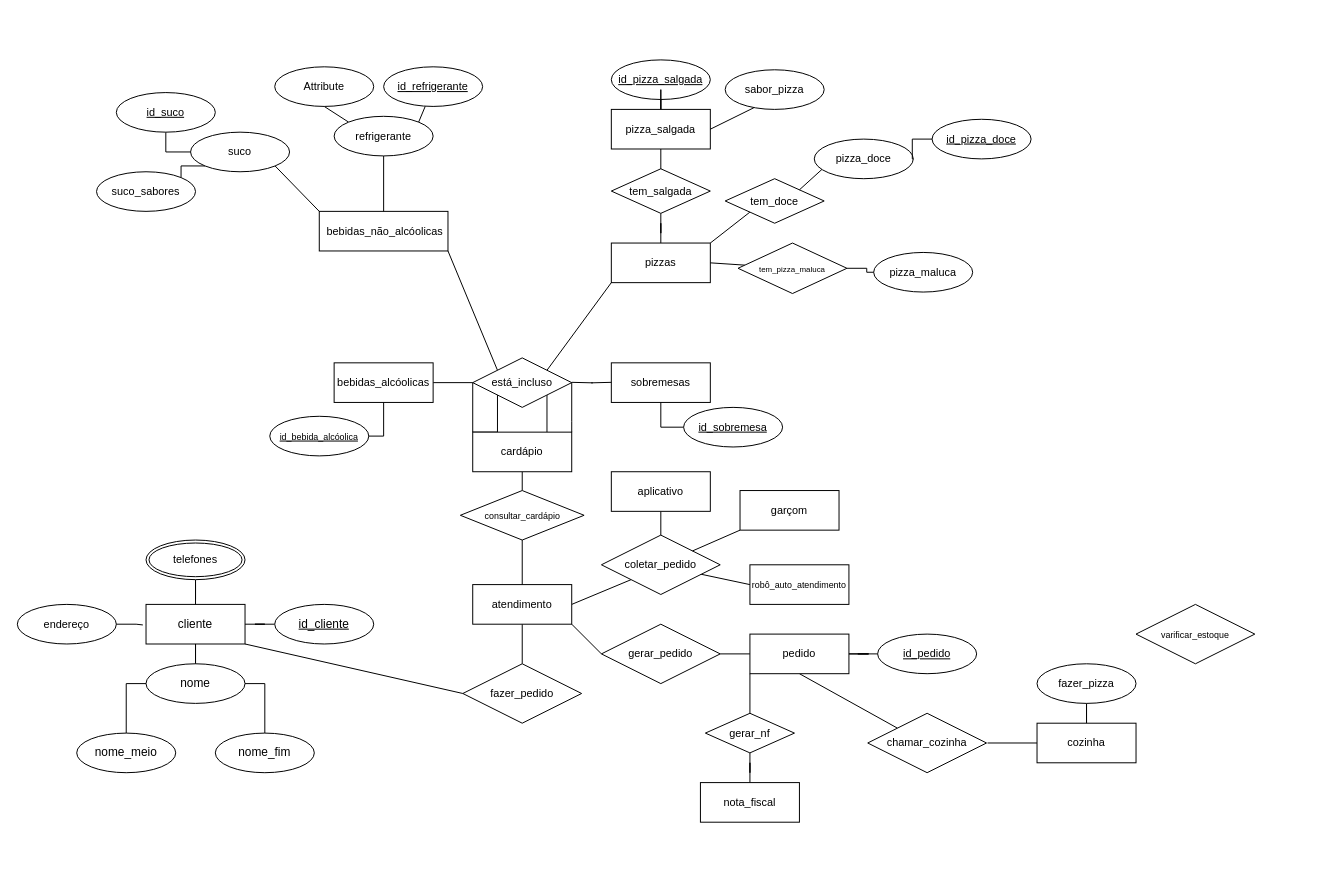
Puzerr/Arquivos-Analise-e-Desenvolivmento-de-Sistemas-ADS-IESB keeps this draw.io diagram as Bancos de dados SQL e no SQL/Diagramas/pizzaria_scalabrim.drawio. Above is the earlier version. Source tidied: cells renumbered, new cells numbered last; positions are measured from the earlier drawing's top-left corner, leaving out a move shared by most shapes. Both pictures are drawn from the tidied source at 99%, with x=0, y=0 at pixel (17, 59).
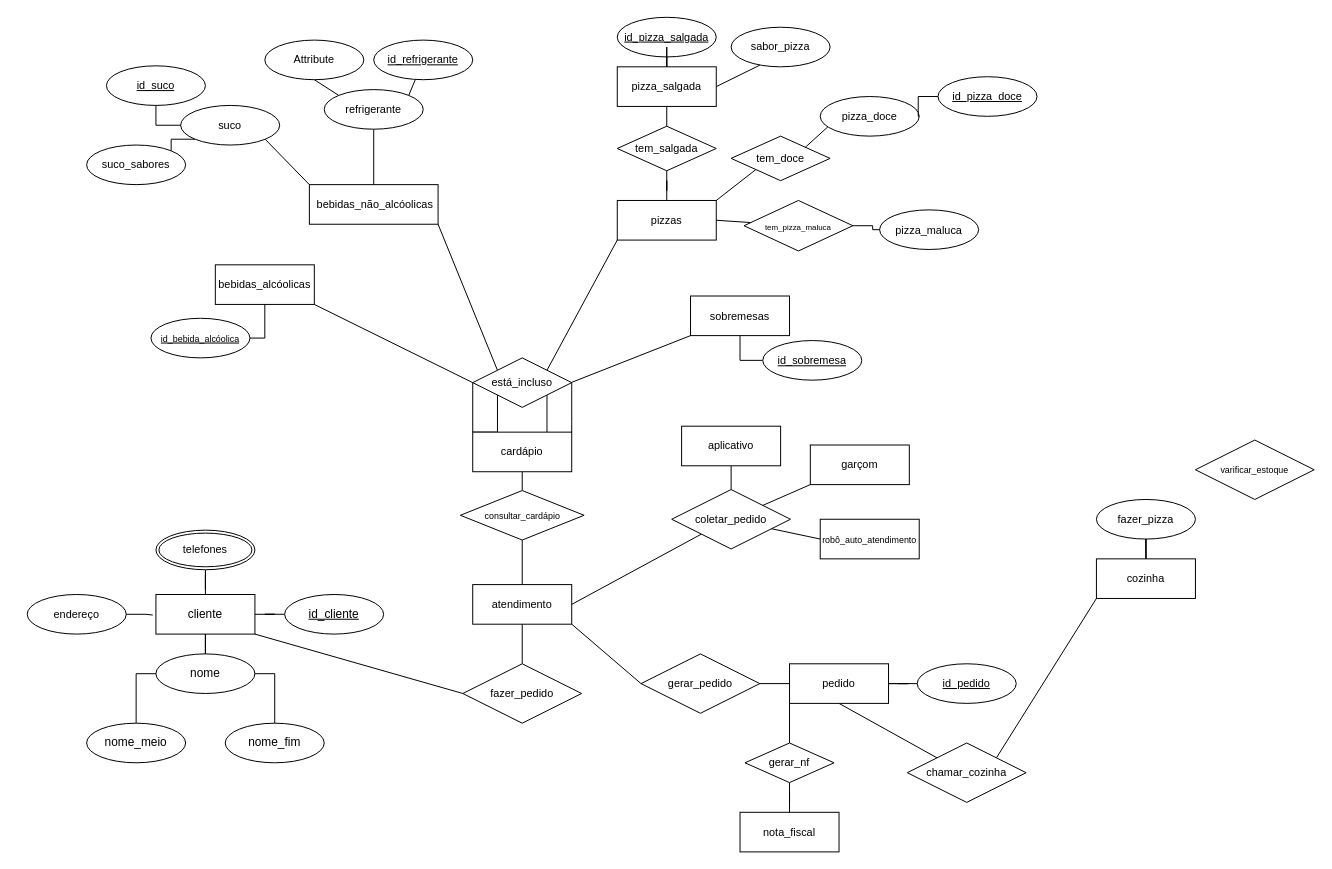
After the change.

The change refers to these unchanged cells:
```xml
<mxCell id="32" value="está_incluso" style="shape=rhombus;perimeter=rhombusPerimeter;whiteSpace=wrap;html=1;align=center;fontFamily=Helvetica;fontSize=11;fontColor=default;labelBackgroundColor=default;" parent="1" vertex="1">
  <mxGeometry x="460" y="301" width="100" height="50" as="geometry" />
</mxCell>
```

Change to the diagram source:
```diff
@@
     <mxCell id="4" value="cliente" style="whiteSpace=wrap;html=1;align=center;" parent="1" vertex="1">
-      <mxGeometry x="130" y="550" width="100" height="40" as="geometry" />
+      <mxGeometry x="140" y="540" width="100" height="40" as="geometry" />
     </mxCell>
     <mxCell id="5" value="&lt;u&gt;id_cliente&lt;/u&gt;" style="ellipse;whiteSpace=wrap;html=1;align=center;" parent="1" vertex="1">
-      <mxGeometry x="260" y="550" width="100" height="40" as="geometry" />
+      <mxGeometry x="270" y="540" width="100" height="40" as="geometry" />
     </mxCell>
@@
     <mxCell id="7" value="nome" style="ellipse;whiteSpace=wrap;html=1;align=center;" parent="1" vertex="1">
-      <mxGeometry x="130" y="610" width="100" height="40" as="geometry" />
+      <mxGeometry x="140" y="600" width="100" height="40" as="geometry" />
     </mxCell>
@@
     <mxCell id="9" value="nome_meio" style="ellipse;whiteSpace=wrap;html=1;align=center;" parent="1" vertex="1">
-      <mxGeometry x="60" y="680" width="100" height="40" as="geometry" />
+      <mxGeometry x="70" y="670" width="100" height="40" as="geometry" />
     </mxCell>
@@
     <mxCell id="11" value="nome_fim" style="ellipse;whiteSpace=wrap;html=1;align=center;" parent="1" vertex="1">
-      <mxGeometry x="200" y="680" width="100" height="40" as="geometry" />
+      <mxGeometry x="210" y="670" width="100" height="40" as="geometry" />
     </mxCell>
@@
     <mxCell id="18" value="endereço" style="ellipse;whiteSpace=wrap;html=1;align=center;fontFamily=Helvetica;fontSize=11;fontColor=default;labelBackgroundColor=default;" parent="1" vertex="1">
-      <mxGeometry y="550" width="100" height="40" as="geometry" />
+      <mxGeometry x="10" y="540" width="100" height="40" as="geometry" />
     </mxCell>
@@
-    <mxCell id="20" style="edgeStyle=orthogonalEdgeStyle;shape=connector;rounded=0;jettySize=auto;html=1;exitX=1;exitY=0.5;exitDx=0;exitDy=0;entryX=0;entryY=0.5;entryDx=0;entryDy=0;strokeColor=default;align=center;verticalAlign=middle;fontFamily=Helvetica;fontSize=11;fontColor=default;labelBackgroundColor=default;startFill=0;endArrow=none;" parent="1" edge="1" source="21" target="32">
+    <mxCell id="20" style="shape=connector;rounded=0;jettySize=auto;html=1;exitX=1;exitY=1;exitDx=0;exitDy=0;entryX=0;entryY=0.5;entryDx=0;entryDy=0;strokeColor=default;align=center;verticalAlign=middle;fontFamily=Helvetica;fontSize=11;fontColor=default;labelBackgroundColor=default;startFill=0;endArrow=none;" parent="1" edge="1" source="21" target="32">
       <mxGeometry relative="1" as="geometry" />
     </mxCell>
     <mxCell id="21" value="bebidas_alcóolicas" style="whiteSpace=wrap;html=1;align=center;fontFamily=Helvetica;fontSize=11;fontColor=default;labelBackgroundColor=default;" parent="1" vertex="1">
-      <mxGeometry x="320" y="306" width="100" height="40" as="geometry" />
+      <mxGeometry x="200" y="207" width="100" height="40" as="geometry" />
     </mxCell>
     <mxCell id="22" value="&amp;nbsp;bebidas_não_alcóolicas" style="whiteSpace=wrap;html=1;align=center;fontFamily=Helvetica;fontSize=11;fontColor=default;labelBackgroundColor=default;" parent="1" vertex="1">
-      <mxGeometry x="305" y="153" width="130" height="40" as="geometry" />
+      <mxGeometry x="295" y="126" width="130" height="40" as="geometry" />
     </mxCell>
@@
     <mxCell id="24" value="pizzas" style="whiteSpace=wrap;html=1;align=center;fontFamily=Helvetica;fontSize=11;fontColor=default;labelBackgroundColor=default;" parent="1" vertex="1">
-      <mxGeometry x="600" y="185" width="100" height="40" as="geometry" />
+      <mxGeometry x="606" y="142" width="100" height="40" as="geometry" />
     </mxCell>
     <mxCell id="25" value="sobremesas" style="whiteSpace=wrap;html=1;align=center;fontFamily=Helvetica;fontSize=11;fontColor=default;labelBackgroundColor=default;" parent="1" vertex="1">
-      <mxGeometry x="600" y="306" width="100" height="40" as="geometry" />
+      <mxGeometry x="680" y="238.5" width="100" height="40" as="geometry" />
     </mxCell>
@@
-    <mxCell id="33" style="edgeStyle=orthogonalEdgeStyle;shape=connector;rounded=0;orthogonalLoop=1;jettySize=auto;html=1;exitX=1;exitY=0.5;exitDx=0;exitDy=0;entryX=0;entryY=0.5;entryDx=0;entryDy=0;strokeColor=default;align=center;verticalAlign=middle;fontFamily=Helvetica;fontSize=11;fontColor=default;labelBackgroundColor=default;startFill=0;endArrow=none;" parent="1" edge="1">
+    <mxCell id="33" style="shape=connector;rounded=0;jettySize=auto;html=1;exitX=1;exitY=0.5;exitDx=0;exitDy=0;entryX=0;entryY=1;entryDx=0;entryDy=0;strokeColor=default;align=center;verticalAlign=middle;fontFamily=Helvetica;fontSize=11;fontColor=default;labelBackgroundColor=default;startFill=0;endArrow=none;" parent="1" edge="1" target="25">
       <mxGeometry relative="1" as="geometry">
         <mxPoint x="560" y="325.7" as="sourcePoint" />
-        <mxPoint x="600" y="325.7" as="targetPoint" />
       </mxGeometry>
     </mxCell>
@@
     <mxCell id="39" value="coletar_pedido" style="shape=rhombus;perimeter=rhombusPerimeter;whiteSpace=wrap;html=1;align=center;fontFamily=Helvetica;fontSize=11;fontColor=default;labelBackgroundColor=default;" parent="1" vertex="1">
-      <mxGeometry x="590" y="480" width="120" height="60" as="geometry" />
+      <mxGeometry x="661" y="434" width="120" height="60" as="geometry" />
     </mxCell>
@@
     <mxCell id="41" value="aplicativo" style="whiteSpace=wrap;html=1;align=center;fontFamily=Helvetica;fontSize=11;fontColor=default;labelBackgroundColor=default;" parent="1" vertex="1">
-      <mxGeometry x="600" y="416" width="100" height="40" as="geometry" />
+      <mxGeometry x="671" y="370" width="100" height="40" as="geometry" />
     </mxCell>
     <mxCell id="42" value="pizza_doce" style="ellipse;whiteSpace=wrap;html=1;align=center;fontFamily=Helvetica;fontSize=11;fontColor=default;labelBackgroundColor=default;" parent="1" vertex="1">
-      <mxGeometry x="805" y="80" width="100" height="40" as="geometry" />
+      <mxGeometry x="811" y="37" width="100" height="40" as="geometry" />
     </mxCell>
     <mxCell id="43" value="pizza_maluca" style="ellipse;whiteSpace=wrap;html=1;align=center;fontFamily=Helvetica;fontSize=11;fontColor=default;labelBackgroundColor=default;" parent="1" vertex="1">
-      <mxGeometry x="865" y="194.5" width="100" height="40" as="geometry" />
+      <mxGeometry x="871" y="151.5" width="100" height="40" as="geometry" />
     </mxCell>
     <mxCell id="44" style="edgeStyle=orthogonalEdgeStyle;shape=connector;rounded=0;jettySize=auto;html=1;strokeColor=default;align=center;verticalAlign=middle;fontFamily=Helvetica;fontSize=11;fontColor=default;labelBackgroundColor=default;startFill=0;endArrow=none;entryX=0.5;entryY=0;entryDx=0;entryDy=0;exitX=0.5;exitY=1;exitDx=0;exitDy=0;" parent="1" edge="1" source="89">
       <mxGeometry relative="1" as="geometry">
-        <mxPoint x="650" y="111" as="targetPoint" />
+        <mxPoint x="656" y="68" as="targetPoint" />
       </mxGeometry>
     </mxCell>
@@
     <mxCell id="47" value="refrigerante" style="ellipse;whiteSpace=wrap;html=1;align=center;fontFamily=Helvetica;fontSize=11;fontColor=default;labelBackgroundColor=default;" parent="1" vertex="1">
-      <mxGeometry x="320" y="57" width="100" height="40" as="geometry" />
+      <mxGeometry x="310" y="30" width="100" height="40" as="geometry" />
     </mxCell>
@@
     <mxCell id="50" value="suco" style="ellipse;whiteSpace=wrap;html=1;align=center;fontFamily=Helvetica;fontSize=11;fontColor=default;labelBackgroundColor=default;" parent="1" vertex="1">
-      <mxGeometry x="175" y="73" width="100" height="40" as="geometry" />
+      <mxGeometry x="165" y="46" width="100" height="40" as="geometry" />
     </mxCell>
@@
     <mxCell id="52" value="garçom" style="whiteSpace=wrap;html=1;align=center;fontFamily=Helvetica;fontSize=11;fontColor=default;labelBackgroundColor=default;" parent="1" vertex="1">
-      <mxGeometry x="730" y="435" width="100" height="40" as="geometry" />
+      <mxGeometry x="801" y="389" width="100" height="40" as="geometry" />
     </mxCell>
     <mxCell id="53" value="&lt;font style=&quot;font-size: 9px;&quot;&gt;robô_auto_atendimento&lt;/font&gt;" style="whiteSpace=wrap;html=1;align=center;fontFamily=Helvetica;fontSize=11;fontColor=default;labelBackgroundColor=default;" parent="1" vertex="1">
-      <mxGeometry x="740" y="510" width="100" height="40" as="geometry" />
+      <mxGeometry x="811" y="464" width="100" height="40" as="geometry" />
     </mxCell>
     <mxCell id="54" style="edgeStyle=orthogonalEdgeStyle;shape=connector;rounded=0;jettySize=auto;html=1;strokeColor=default;align=center;verticalAlign=middle;fontFamily=Helvetica;fontSize=11;fontColor=default;labelBackgroundColor=default;startFill=0;endArrow=none;entryX=0.5;entryY=1;entryDx=0;entryDy=0;exitX=0;exitY=0.5;exitDx=0;exitDy=0;" parent="1" edge="1" source="55" target="25">
       <mxGeometry relative="1" as="geometry">
         <Array as="points">
-          <mxPoint x="650" y="371" />
+          <mxPoint x="730" y="303.5" />
         </Array>
       </mxGeometry>
     </mxCell>
     <mxCell id="55" value="&lt;u&gt;id_sobremesa&lt;/u&gt;" style="ellipse;whiteSpace=wrap;html=1;align=center;fontFamily=Helvetica;fontSize=11;fontColor=default;labelBackgroundColor=default;" parent="1" vertex="1">
-      <mxGeometry x="673" y="351" width="100" height="40" as="geometry" />
+      <mxGeometry x="753" y="283.5" width="100" height="40" as="geometry" />
     </mxCell>
@@
     <mxCell id="57" value="&lt;font style=&quot;font-size: 9px;&quot;&gt;&lt;u&gt;id_bebida_alcóolica&lt;/u&gt;&lt;/font&gt;" style="ellipse;whiteSpace=wrap;html=1;align=center;fontFamily=Helvetica;fontSize=11;fontColor=default;labelBackgroundColor=default;" parent="1" vertex="1">
-      <mxGeometry x="255" y="360" width="100" height="40" as="geometry" />
+      <mxGeometry x="135" y="261" width="100" height="40" as="geometry" />
     </mxCell>
@@
     <mxCell id="59" value="&lt;u&gt;id_suco&lt;/u&gt;" style="ellipse;whiteSpace=wrap;html=1;align=center;fontFamily=Helvetica;fontSize=11;fontColor=default;labelBackgroundColor=default;" parent="1" vertex="1">
-      <mxGeometry x="100" y="33" width="100" height="40" as="geometry" />
+      <mxGeometry x="90" y="6" width="100" height="40" as="geometry" />
     </mxCell>
@@
     <mxCell id="61" value="&lt;u&gt;id_refrigerante&lt;/u&gt;" style="ellipse;whiteSpace=wrap;html=1;align=center;fontFamily=Helvetica;fontSize=11;fontColor=default;labelBackgroundColor=default;" parent="1" vertex="1">
-      <mxGeometry x="370" y="7" width="100" height="40" as="geometry" />
+      <mxGeometry x="360" y="-20" width="100" height="40" as="geometry" />
     </mxCell>
     <mxCell id="62" value="&lt;u&gt;id_pizza_salgada&lt;/u&gt;" style="ellipse;whiteSpace=wrap;html=1;align=center;fontFamily=Helvetica;fontSize=11;fontColor=default;labelBackgroundColor=default;" parent="1" vertex="1">
-      <mxGeometry x="600" width="100" height="40" as="geometry" />
+      <mxGeometry x="606" y="-43" width="100" height="40" as="geometry" />
     </mxCell>
@@
     <mxCell id="64" value="&lt;u&gt;id_pizza_doce&lt;/u&gt;" style="ellipse;whiteSpace=wrap;html=1;align=center;fontFamily=Helvetica;fontSize=11;fontColor=default;labelBackgroundColor=default;" parent="1" vertex="1">
-      <mxGeometry x="924" y="60" width="100" height="40" as="geometry" />
+      <mxGeometry x="930" y="17" width="100" height="40" as="geometry" />
     </mxCell>
     <mxCell id="65" style="shape=connector;rounded=0;jettySize=auto;html=1;exitX=1;exitY=0.5;exitDx=0;exitDy=0;entryX=0;entryY=0.5;entryDx=0;entryDy=0;strokeColor=default;align=center;verticalAlign=middle;fontFamily=Helvetica;fontSize=11;fontColor=default;labelBackgroundColor=default;startFill=0;endArrow=none;" parent="1" edge="1" source="68">
       <mxGeometry relative="1" as="geometry">
-        <mxPoint x="859.5" y="600" as="targetPoint" />
+        <mxPoint x="899.5" y="630" as="targetPoint" />
       </mxGeometry>
     </mxCell>
@@
     <mxCell id="68" value="pedido" style="whiteSpace=wrap;html=1;align=center;fontFamily=Helvetica;fontSize=11;fontColor=default;labelBackgroundColor=default;" parent="1" vertex="1">
-      <mxGeometry x="740" y="580" width="100" height="40" as="geometry" />
+      <mxGeometry x="780" y="610" width="100" height="40" as="geometry" />
     </mxCell>
@@
     <mxCell id="70" value="&lt;u&gt;id_pedido&lt;/u&gt;" style="ellipse;whiteSpace=wrap;html=1;align=center;fontFamily=Helvetica;fontSize=11;fontColor=default;labelBackgroundColor=default;" parent="1" vertex="1">
-      <mxGeometry x="869" y="580" width="100" height="40" as="geometry" />
+      <mxGeometry x="909" y="610" width="100" height="40" as="geometry" />
     </mxCell>
     <mxCell id="71" value="gerar_pedido" style="shape=rhombus;perimeter=rhombusPerimeter;whiteSpace=wrap;html=1;align=center;fontFamily=Helvetica;fontSize=11;fontColor=default;labelBackgroundColor=default;" parent="1" vertex="1">
-      <mxGeometry x="590" y="570" width="120" height="60" as="geometry" />
+      <mxGeometry x="630" y="600" width="120" height="60" as="geometry" />
     </mxCell>
@@
     <mxCell id="73" value="gerar_nf" style="shape=rhombus;perimeter=rhombusPerimeter;whiteSpace=wrap;html=1;align=center;fontFamily=Helvetica;fontSize=11;fontColor=default;labelBackgroundColor=default;" parent="1" vertex="1">
-      <mxGeometry x="695" y="660" width="90" height="40" as="geometry" />
+      <mxGeometry x="735" y="690" width="90" height="40" as="geometry" />
     </mxCell>
     <mxCell id="74" value="nota_fiscal" style="whiteSpace=wrap;html=1;align=center;fontFamily=Helvetica;fontSize=11;fontColor=default;labelBackgroundColor=default;" parent="1" vertex="1">
-      <mxGeometry x="690" y="730" width="100" height="40" as="geometry" />
+      <mxGeometry x="730" y="760" width="100" height="40" as="geometry" />
     </mxCell>
     <mxCell id="75" style="edgeStyle=orthogonalEdgeStyle;shape=connector;rounded=0;jettySize=auto;html=1;entryX=0.5;entryY=0;entryDx=0;entryDy=0;strokeColor=default;align=center;verticalAlign=middle;fontFamily=Helvetica;fontSize=11;fontColor=default;labelBackgroundColor=default;startFill=0;endArrow=none;" parent="1" edge="1" target="4">
       <mxGeometry relative="1" as="geometry">
-        <mxPoint x="180" y="527" as="sourcePoint" />
+        <mxPoint x="190" y="517" as="sourcePoint" />
       </mxGeometry>
     </mxCell>
-    <mxCell id="76" style="shape=connector;rounded=0;jettySize=auto;html=1;entryX=0;entryY=0.5;entryDx=0;entryDy=0;strokeColor=default;align=center;verticalAlign=middle;fontFamily=Helvetica;fontSize=11;fontColor=default;labelBackgroundColor=default;startFill=0;endArrow=none;" parent="1" edge="1" target="81">
-      <mxGeometry relative="1" as="geometry">
-        <mxPoint x="980" y="690" as="sourcePoint" />
-      </mxGeometry>
+    <mxCell id="76" style="shape=connector;rounded=0;jettySize=auto;html=1;entryX=0;entryY=1;entryDx=0;entryDy=0;strokeColor=default;align=center;verticalAlign=middle;fontFamily=Helvetica;fontSize=11;fontColor=default;labelBackgroundColor=default;startFill=0;endArrow=none;exitX=1;exitY=0;exitDx=0;exitDy=0;" parent="1" edge="1" source="77" target="81">
+      <mxGeometry relative="1" as="geometry" />
     </mxCell>
     <mxCell id="77" value="chamar_cozinha" style="shape=rhombus;perimeter=rhombusPerimeter;whiteSpace=wrap;html=1;align=center;fontFamily=Helvetica;fontSize=11;fontColor=default;labelBackgroundColor=default;" parent="1" vertex="1">
-      <mxGeometry x="859" y="660" width="120" height="60" as="geometry" />
+      <mxGeometry x="899" y="690" width="120" height="60" as="geometry" />
     </mxCell>
     <mxCell id="78" style="edgeStyle=orthogonalEdgeStyle;shape=connector;rounded=0;jettySize=auto;html=1;strokeColor=default;align=center;verticalAlign=middle;fontFamily=Helvetica;fontSize=11;fontColor=default;labelBackgroundColor=default;startFill=0;endArrow=none;" parent="1" edge="1" source="79">
       <mxGeometry relative="1" as="geometry">
-        <mxPoint x="180" y="530" as="targetPoint" />
+        <mxPoint x="190" y="520" as="targetPoint" />
       </mxGeometry>
     </mxCell>
     <mxCell id="79" value="telefones" style="ellipse;shape=doubleEllipse;margin=3;whiteSpace=wrap;html=1;align=center;fontFamily=Helvetica;fontSize=11;fontColor=default;labelBackgroundColor=default;" parent="1" vertex="1">
-      <mxGeometry x="130" y="485" width="100" height="40" as="geometry" />
+      <mxGeometry x="140" y="475" width="100" height="40" as="geometry" />
     </mxCell>
@@
     <mxCell id="81" value="cozinha" style="whiteSpace=wrap;html=1;align=center;fontFamily=Helvetica;fontSize=11;fontColor=default;labelBackgroundColor=default;" parent="1" vertex="1">
-      <mxGeometry x="1030" y="670" width="100" height="40" as="geometry" />
+      <mxGeometry x="1090" y="504" width="100" height="40" as="geometry" />
     </mxCell>
     <mxCell id="82" value="fazer_pizza" style="ellipse;whiteSpace=wrap;html=1;align=center;fontFamily=Helvetica;fontSize=11;fontColor=default;labelBackgroundColor=default;" parent="1" vertex="1">
-      <mxGeometry x="1030" y="610" width="100" height="40" as="geometry" />
+      <mxGeometry x="1090" y="444" width="100" height="40" as="geometry" />
     </mxCell>
     <mxCell id="83" value="&lt;font style=&quot;font-size: 9px;&quot;&gt;varificar_estoque&lt;/font&gt;" style="shape=rhombus;perimeter=rhombusPerimeter;whiteSpace=wrap;html=1;align=center;fontFamily=Helvetica;fontSize=11;fontColor=default;labelBackgroundColor=default;" parent="1" vertex="1">
-      <mxGeometry x="1130" y="550" width="120" height="60" as="geometry" />
+      <mxGeometry x="1190" y="384" width="120" height="60" as="geometry" />
     </mxCell>
     <mxCell id="84" value="suco_sabores" style="ellipse;whiteSpace=wrap;html=1;align=center;fontFamily=Helvetica;fontSize=11;fontColor=default;labelBackgroundColor=default;" parent="1" vertex="1">
-      <mxGeometry x="80" y="113" width="100" height="40" as="geometry" />
+      <mxGeometry x="70" y="86" width="100" height="40" as="geometry" />
     </mxCell>
     <mxCell id="85" value="Attribute" style="ellipse;whiteSpace=wrap;html=1;align=center;fontFamily=Helvetica;fontSize=11;fontColor=default;labelBackgroundColor=default;" parent="1" vertex="1">
-      <mxGeometry x="260" y="7" width="100" height="40" as="geometry" />
+      <mxGeometry x="250" y="-20" width="100" height="40" as="geometry" />
     </mxCell>
@@
     <mxCell id="87" value="tem_salgada" style="shape=rhombus;perimeter=rhombusPerimeter;whiteSpace=wrap;html=1;align=center;fontFamily=Helvetica;fontSize=11;fontColor=default;labelBackgroundColor=default;" parent="1" vertex="1">
-      <mxGeometry x="600" y="110" width="100" height="45" as="geometry" />
+      <mxGeometry x="606" y="67" width="100" height="45" as="geometry" />
     </mxCell>
@@
     <mxCell id="89" value="pizza_salgada" style="whiteSpace=wrap;html=1;align=center;fontFamily=Helvetica;fontSize=11;fontColor=default;labelBackgroundColor=default;" parent="1" vertex="1">
-      <mxGeometry x="600" y="50" width="100" height="40" as="geometry" />
+      <mxGeometry x="606" y="7" width="100" height="40" as="geometry" />
     </mxCell>
     <mxCell id="90" value="sabor_pizza" style="ellipse;whiteSpace=wrap;html=1;align=center;fontFamily=Helvetica;fontSize=11;fontColor=default;labelBackgroundColor=default;" parent="1" vertex="1">
-      <mxGeometry x="715" y="10" width="100" height="40" as="geometry" />
+      <mxGeometry x="721" y="-33" width="100" height="40" as="geometry" />
     </mxCell>
@@
     <mxCell id="92" value="tem_doce" style="shape=rhombus;perimeter=rhombusPerimeter;whiteSpace=wrap;html=1;align=center;fontFamily=Helvetica;fontSize=11;fontColor=default;labelBackgroundColor=default;" parent="1" vertex="1">
-      <mxGeometry x="715" y="120" width="100" height="45" as="geometry" />
+      <mxGeometry x="721" y="77" width="100" height="45" as="geometry" />
     </mxCell>
@@
     <mxCell id="96" value="&lt;font style=&quot;font-size: 8px;&quot;&gt;tem_pizza_maluca&lt;/font&gt;" style="shape=rhombus;perimeter=rhombusPerimeter;whiteSpace=wrap;html=1;align=center;fontFamily=Helvetica;fontSize=11;fontColor=default;labelBackgroundColor=default;" parent="1" vertex="1">
-      <mxGeometry x="728" y="185" width="110" height="51" as="geometry" />
+      <mxGeometry x="734" y="142" width="110" height="51" as="geometry" />
     </mxCell>
```
